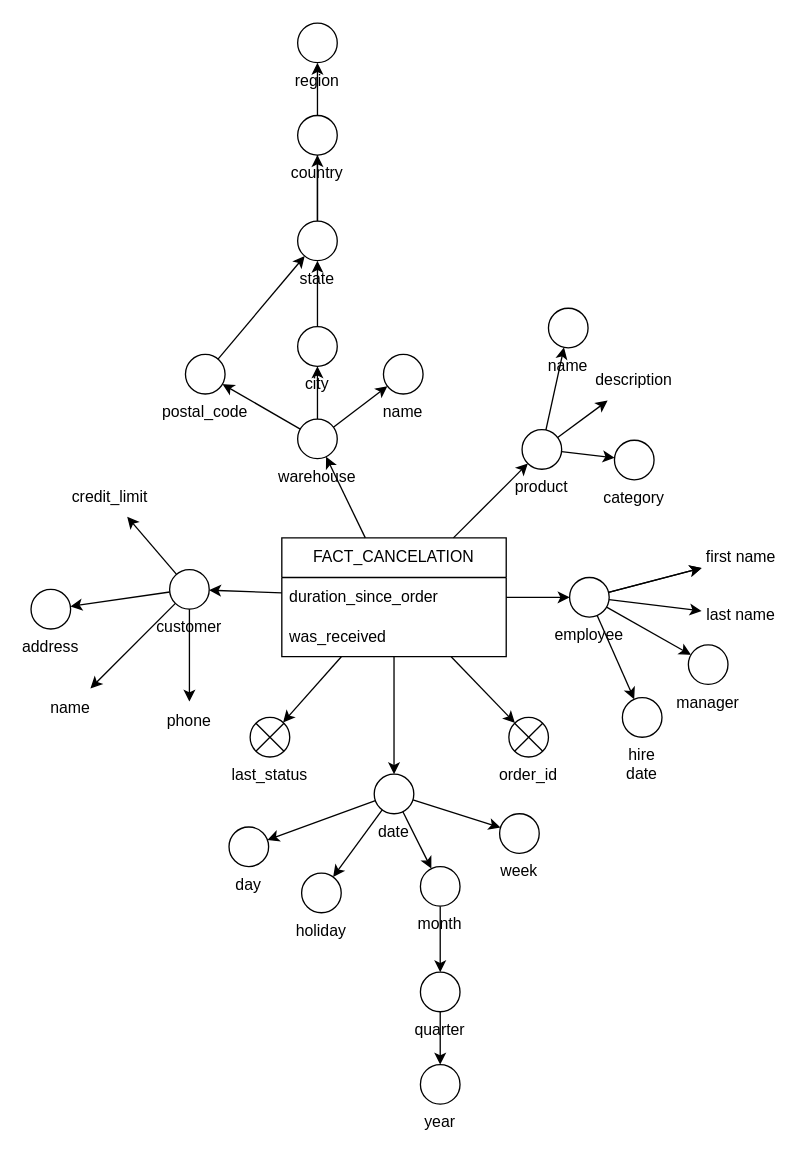
The draw.io diagram page "CANCELLATION_FACT" (4 of 4) of docs/DFM.drawio in joaobraganca555/GlobalTech_ETL, before the edit. Source tidied: cells renumbered, new cells numbered last; positions are measured from the earlier drawing's top-left corner, leaving out a move shared by most shapes. Both pictures are drawn from the tidied source at 132%, with x=0, y=0 at pixel (30, 22).
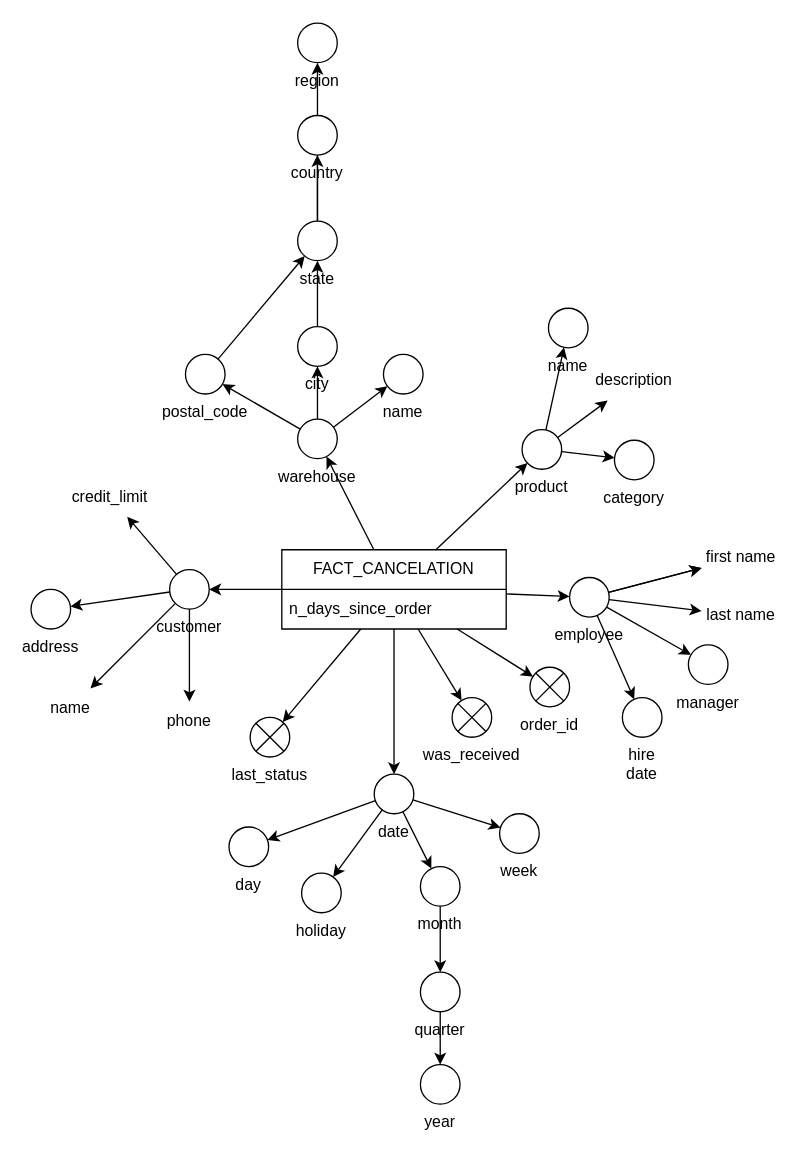
The same page after the edit.

What changed in the source:
```diff
@@
     <mxCell id="3" value="FACT_CANCELATION" style="swimlane;fontStyle=0;horizontal=1;startSize=30;whiteSpace=wrap;html=1;" parent="1" vertex="1">
-      <mxGeometry x="190" y="390" width="170" height="90" as="geometry" />
+      <mxGeometry x="190" y="399" width="170" height="60" as="geometry" />
     </mxCell>
-    <mxCell id="4" value="duration_since_order" style="text;strokeColor=none;fillColor=none;align=left;verticalAlign=middle;spacingLeft=4;spacingRight=4;overflow=hidden;whiteSpace=wrap;html=1;" parent="3" vertex="1">
+    <mxCell id="4" value="n_days_since_order" style="text;strokeColor=none;fillColor=none;align=left;verticalAlign=middle;spacingLeft=4;spacingRight=4;overflow=hidden;whiteSpace=wrap;html=1;" parent="3" vertex="1">
       <mxGeometry y="30" width="170" height="30" as="geometry" />
     </mxCell>
-    <mxCell id="5" value="was_received" style="text;strokeColor=none;fillColor=none;align=left;verticalAlign=middle;spacingLeft=4;spacingRight=4;overflow=hidden;points=[[0,0.5],[1,0.5]];portConstraint=eastwest;whiteSpace=wrap;html=1;" parent="3" vertex="1">
-      <mxGeometry y="60" width="170" height="30" as="geometry" />
-    </mxCell>
@@
     <mxCell id="31" value="order_id" style="shape=sumEllipse;perimeter=ellipsePerimeter;whiteSpace=wrap;html=1;backgroundOutline=1;labelPosition=center;verticalLabelPosition=bottom;align=center;verticalAlign=top;" parent="1" vertex="1">
-      <mxGeometry x="362" y="526" width="30" height="30" as="geometry" />
+      <mxGeometry x="378" y="488" width="30" height="30" as="geometry" />
     </mxCell>
@@
+    <mxCell id="68" style="rounded=0;jettySize=auto;html=1;" parent="1" edge="1" source="3" target="5">
+      <mxGeometry relative="1" as="geometry" />
+    </mxCell>
+    <mxCell id="5" value="&lt;span style=&quot;text-align: left;&quot;&gt;was_received&lt;/span&gt;" style="shape=sumEllipse;perimeter=ellipsePerimeter;whiteSpace=wrap;html=1;backgroundOutline=1;labelPosition=center;verticalLabelPosition=bottom;align=center;verticalAlign=top;" parent="1" vertex="1">
+      <mxGeometry x="319" y="511" width="30" height="30" as="geometry" />
+    </mxCell>
```
